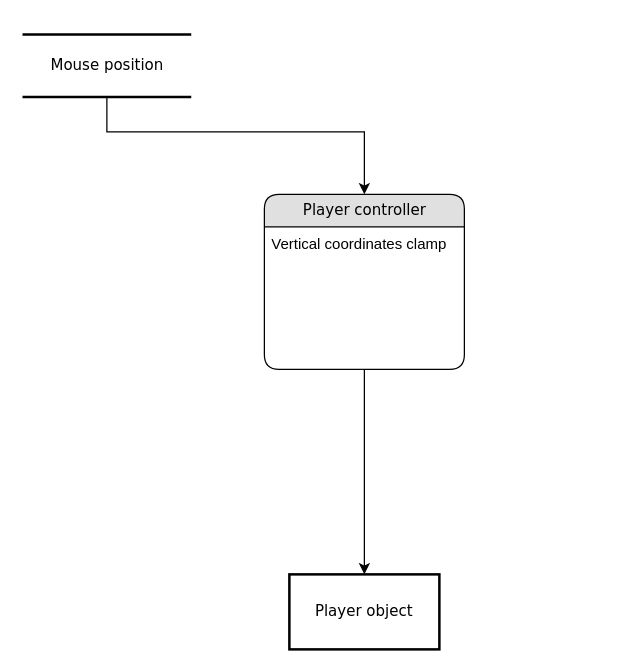
Before: diagrams/camera_controller.drawio in aegroto/ics2211-assignment, a draw.io diagram. Source tidied: cells renumbered, new cells numbered last; positions are measured from the earlier drawing's top-left corner, leaving out a move shared by most shapes. Both pictures are drawn from the tidied source at 125%, with x=0, y=0 at pixel (21, 34).
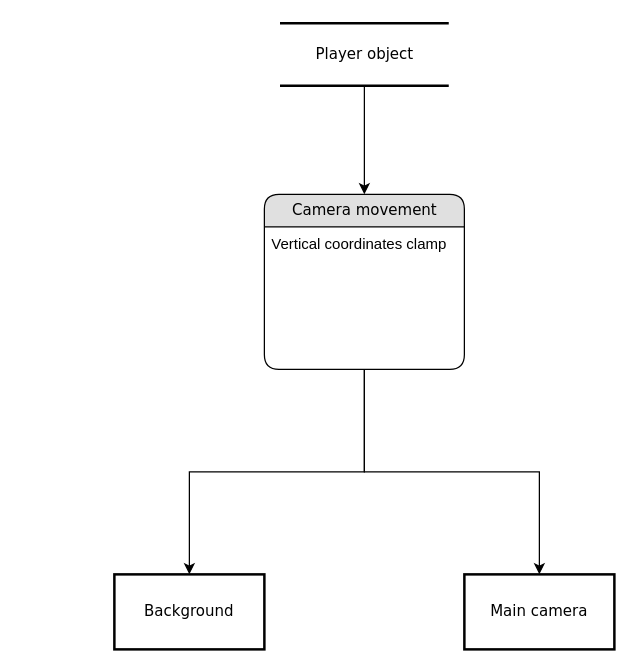
The same page after the edit.

Diff of the diagram source:
```diff
@@
 <mxGraphModel background="#ffffff">
   <root>
     <mxCell id="0" />
     <mxCell id="1" parent="0" />
     <mxCell id="2" style="edgeStyle=orthogonalEdgeStyle;rounded=0;jettySize=auto;html=1;exitX=0.5;exitY=1;exitDx=0;exitDy=0;entryX=0.5;entryY=0;entryDx=0;entryDy=0;" parent="1" edge="1" source="3" target="7">
       <mxGeometry relative="1" as="geometry" />
     </mxCell>
+    <mxCell id="8" style="edgeStyle=orthogonalEdgeStyle;rounded=0;jettySize=auto;html=1;entryX=0.5;entryY=0;entryDx=0;entryDy=0;" parent="1" edge="1" source="3" target="9">
+      <mxGeometry relative="1" as="geometry">
+        <Array as="points">
+          <mxPoint x="274" y="350" />
+          <mxPoint x="414" y="350" />
+        </Array>
+      </mxGeometry>
+    </mxCell>
-    <mxCell id="3" value="Player controller" style="swimlane;html=1;fontStyle=0;horizontal=1;startSize=26;fillColor=#e0e0e0;swimlaneFillColor=#ffffff;align=center;rounded=1;shadow=0;comic=0;labelBackgroundColor=none;strokeWidth=1;fontFamily=Verdana;fontSize=12;" parent="1" vertex="1">
+    <mxCell id="3" value="Camera movement" style="swimlane;html=1;fontStyle=0;horizontal=1;startSize=26;fillColor=#e0e0e0;swimlaneFillColor=#ffffff;align=center;rounded=1;shadow=0;comic=0;labelBackgroundColor=none;strokeWidth=1;fontFamily=Verdana;fontSize=12;" parent="1" vertex="1">
       <mxGeometry x="194" y="128" width="160" height="140" as="geometry" />
     </mxCell>
     <mxCell id="4" value="Vertical coordinates clamp" style="text;html=1;strokeColor=none;fillColor=none;spacingLeft=4;spacingRight=4;whiteSpace=wrap;overflow=hidden;" parent="3" vertex="1">
       <mxGeometry y="26" width="160" height="26" as="geometry" />
     </mxCell>
-    <mxCell id="5" style="edgeStyle=orthogonalEdgeStyle;rounded=0;jettySize=auto;html=1;entryX=0.5;entryY=0;entryDx=0;entryDy=0;" parent="1" edge="1" source="6" target="3">
-      <mxGeometry relative="1" as="geometry">
-        <Array as="points">
-          <mxPoint x="68" y="78" />
-          <mxPoint x="274" y="78" />
-        </Array>
-      </mxGeometry>
+    <mxCell id="5" style="edgeStyle=orthogonalEdgeStyle;rounded=0;jettySize=auto;html=1;" parent="1" edge="1" source="6" target="3">
+      <mxGeometry relative="1" as="geometry" />
     </mxCell>
-    <mxCell id="6" value="Mouse position" style="html=1;rounded=0;shadow=0;comic=0;labelBackgroundColor=none;strokeWidth=2;fontFamily=Verdana;fontSize=12;align=center;shape=mxgraph.ios7ui.horLines;" parent="1" vertex="1">
-      <mxGeometry x="0.5" width="135" height="50" as="geometry" />
+    <mxCell id="6" value="Player object" style="html=1;rounded=0;shadow=0;comic=0;labelBackgroundColor=none;strokeWidth=2;fontFamily=Verdana;fontSize=12;align=center;shape=mxgraph.ios7ui.horLines;" parent="1" vertex="1">
+      <mxGeometry x="206.5" y="-9" width="135" height="50" as="geometry" />
     </mxCell>
-    <mxCell id="7" value="&lt;font face=&quot;Verdana&quot;&gt;Player object&lt;/font&gt;" style="rounded=0;whiteSpace=wrap;html=1;strokeWidth=2;gradientColor=none;" parent="1" vertex="1">
-      <mxGeometry x="214" y="432" width="120" height="60" as="geometry" />
+    <mxCell id="7" value="&lt;font face=&quot;Verdana&quot;&gt;Background&lt;/font&gt;" style="rounded=0;whiteSpace=wrap;html=1;strokeWidth=2;gradientColor=none;" parent="1" vertex="1">
+      <mxGeometry x="74" y="432" width="120" height="60" as="geometry" />
     </mxCell>
+    <mxCell id="9" value="&lt;font face=&quot;Verdana&quot;&gt;Main camera&lt;br&gt;&lt;/font&gt;" style="rounded=0;whiteSpace=wrap;html=1;strokeWidth=2;gradientColor=none;" parent="1" vertex="1">
+      <mxGeometry x="354" y="432" width="120" height="60" as="geometry" />
+    </mxCell>
   </root>
 </mxGraphModel>
```
